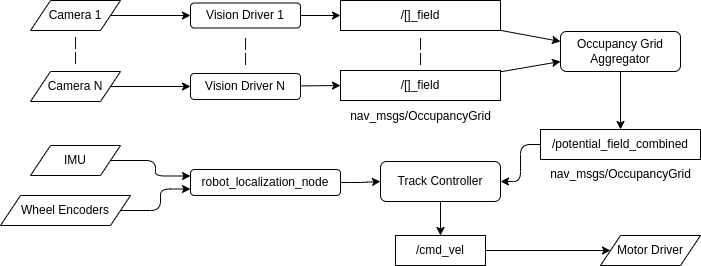
This is documentation/architecture.drawio.png from TTMead/redshell-ws, a draw.io export, as it was before one commit. Source tidied: cells renumbered, new cells last; positions are measured from the earlier drawing's top-left corner, leaving out a move shared by most shapes.
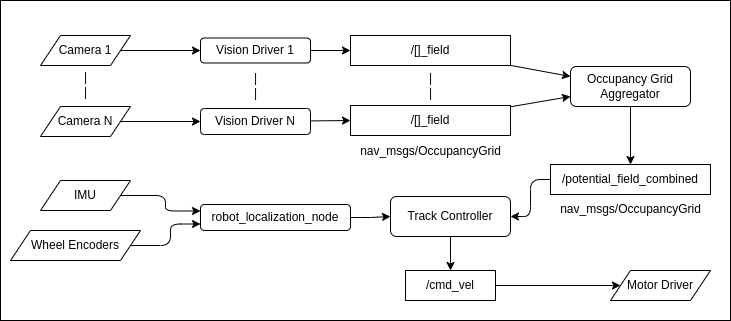
The same diagram one commit later.

Commit message:
Centre architecture image. Add contrast background

The edit, as a diff of the source:
```diff
@@ -2,6 +2,9 @@
   <root>
     <mxCell id="0" />
     <mxCell id="1" parent="0" />
+    <mxCell id="34" style="rounded=0;whiteSpace=wrap;html=1;" parent="1" vertex="1">
+      <mxGeometry x="-10" y="-35" width="730" height="320" as="geometry" />
+    </mxCell>
     <mxCell id="2" style="edgeStyle=none;html=1;entryX=0;entryY=0.25;entryDx=0;entryDy=0;" parent="1" edge="1" source="3" target="18">
       <mxGeometry relative="1" as="geometry" />
     </mxCell>
```
